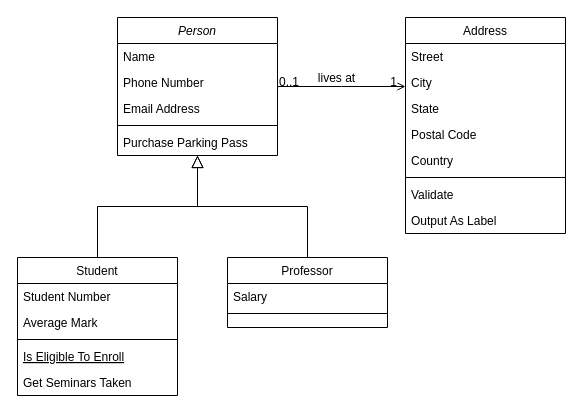
The draw.io diagram UML/Untitled Diagram.drawio in boming09/FinalProject, before the edit. Source tidied: cells renumbered, new cells numbered last; positions are measured from the earlier drawing's top-left corner, leaving out a move shared by most shapes. Both pictures are drawn from the tidied source at 100%, with x=0, y=0 at pixel (17, 17).
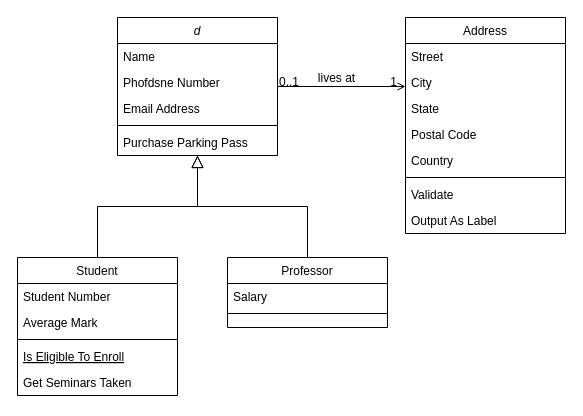
After the change.

Diff of the diagram source:
```diff
@@
-    <mxCell id="2" value="Person" style="swimlane;fontStyle=2;align=center;verticalAlign=top;horizontal=1;startSize=26;rounded=0;shadow=0;strokeWidth=1;" parent="1" vertex="1">
+    <mxCell id="2" value="d" style="swimlane;fontStyle=2;align=center;verticalAlign=top;horizontal=1;startSize=26;rounded=0;shadow=0;strokeWidth=1;" parent="1" vertex="1">
       <mxGeometry x="100" width="160" height="138" as="geometry" />
     </mxCell>
@@
-    <mxCell id="4" value="Phone Number" style="text;align=left;verticalAlign=top;spacingLeft=4;spacingRight=4;overflow=hidden;rounded=0;shadow=0;html=0;" parent="2" vertex="1">
+    <mxCell id="4" value="Phofdsne Number" style="text;align=left;verticalAlign=top;spacingLeft=4;spacingRight=4;overflow=hidden;rounded=0;shadow=0;html=0;" parent="2" vertex="1">
       <mxGeometry y="52" width="160" height="26" as="geometry" />
     </mxCell>
```
